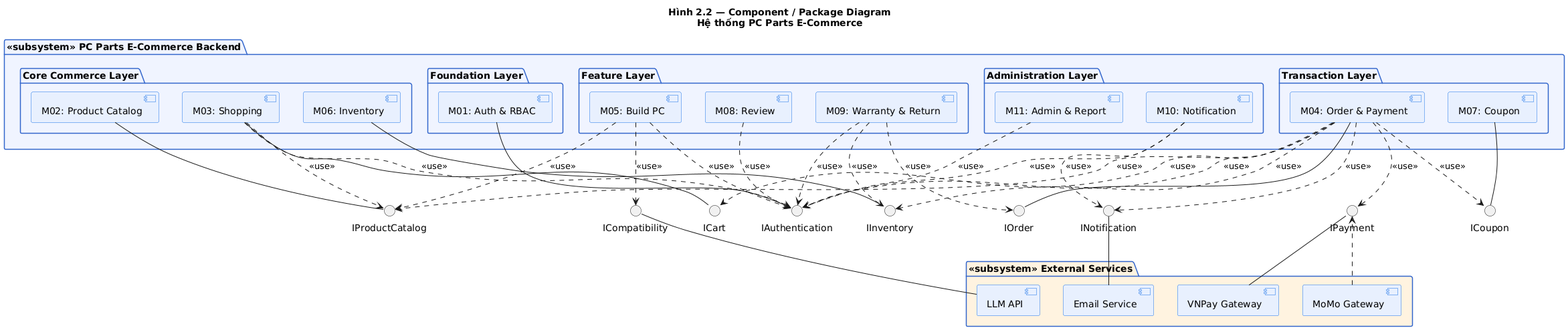
Earlier version of the PlantUML export docs/diagrams/images/component_diagram.png (huuhieu56/PC-Parts-ECommerce). The source it was exported from:
```plantuml
@startuml component_diagram
title Hình 2.2 — Component / Package Diagram\nHệ thống PC Parts E-Commerce

skinparam componentStyle uml2
skinparam package {
    BackgroundColor #F0F4FF
    BorderColor #3366CC
}
skinparam component {
    BackgroundColor #E8F0FE
    BorderColor #1A73E8
}

package "<<subsystem>> PC Parts E-Commerce Backend" {

    package "Foundation Layer" {
        [M01: Auth & RBAC] as M01
    }

    package "Core Commerce Layer" {
        [M02: Product Catalog] as M02
        [M03: Shopping] as M03
        [M06: Inventory] as M06
    }

    package "Transaction Layer" {
        [M04: Order & Payment] as M04
        [M07: Coupon] as M07
    }

    package "Feature Layer" {
        [M05: Build PC] as M05
        [M08: Review] as M08
        [M09: Warranty & Return] as M09
    }

    package "Administration Layer" {
        [M10: Notification] as M10
        [M11: Admin & Report] as M11
    }
}

package "<<subsystem>> External Services" #FFF3E0 {
    [VNPay Gateway] as VNPay
    [MoMo Gateway] as MoMo
    [LLM API] as LLM
    [Email Service] as SMTP
}

interface "IAuthentication" as IAuth
interface "IProductCatalog" as IProd
interface "ICart" as ICart
interface "IOrder" as IOrder
interface "IInventory" as IInv
interface "ICoupon" as ICoupon

M01 -down- IAuth
M02 -down- IProd
M03 -down- ICart
M04 -down- IOrder
M06 -down- IInv
M07 -down- ICoupon

interface "IPayment" as IPay
interface "ICompatibility" as ICompat
interface "INotification" as INotif

VNPay -up- IPay
LLM -up- ICompat
SMTP -up- INotif

M03 ..> IAuth : <<use>>
M04 ..> IAuth : <<use>>
M05 ..> IAuth : <<use>>
M08 ..> IAuth : <<use>>
M09 ..> IAuth : <<use>>
M10 ..> IAuth : <<use>>
M11 ..> IAuth : <<use>>

M10 ..> INotif : <<use>>

M03 ..> IProd : <<use>>
M04 ..> IProd : <<use>>
M05 ..> IProd : <<use>>

M04 ..> ICart : <<use>>
M04 ..> IInv : <<use>>
M04 ..> ICoupon : <<use>>

M09 ..> IOrder : <<use>>
M09 ..> IInv : <<use>>

M04 ..> IPay : <<use>>
M04 ..> INotif : <<use>>
MoMo ..> IPay
M05 ..> ICompat : <<use>>

@enduml
```
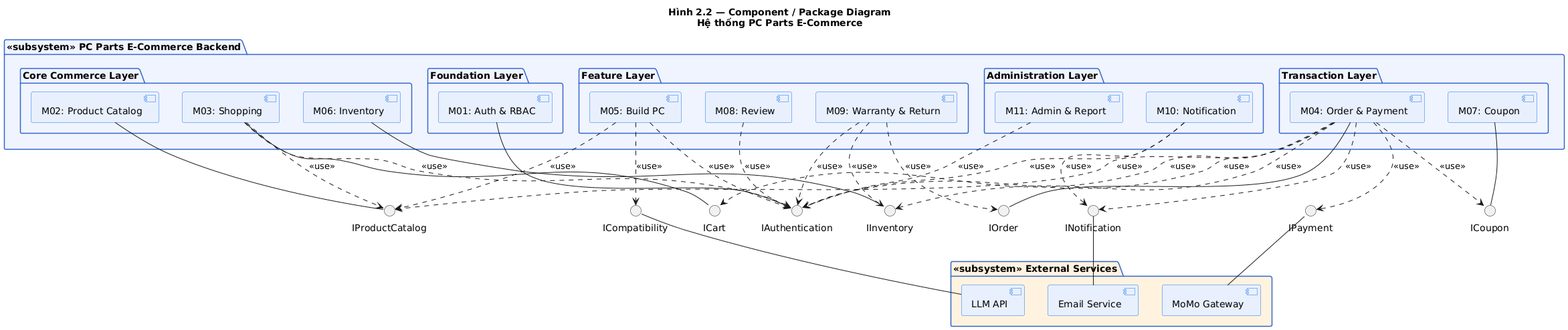
The same diagram one commit later.

Change to the diagram source:
```diff
@@ -41,7 +41,6 @@
 }
 
 package "<<subsystem>> External Services" #FFF3E0 {
-    [VNPay Gateway] as VNPay
     [MoMo Gateway] as MoMo
     [LLM API] as LLM
     [Email Service] as SMTP
@@ -65,7 +64,7 @@
 interface "ICompatibility" as ICompat
 interface "INotification" as INotif
 
-VNPay -up- IPay
+MoMo -up- IPay
 LLM -up- ICompat
 SMTP -up- INotif
 
@@ -92,7 +91,6 @@
 
 M04 ..> IPay : <<use>>
 M04 ..> INotif : <<use>>
-MoMo ..> IPay
 M05 ..> ICompat : <<use>>
 
 @enduml
```
